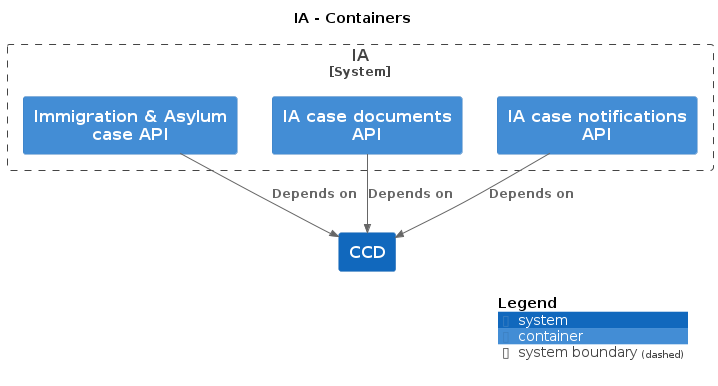
hmcts/cnp-api-docs keeps this PlantUML diagram as docs/c4/ia/images/structurizr-ia-overview.png. Above is the earlier version.
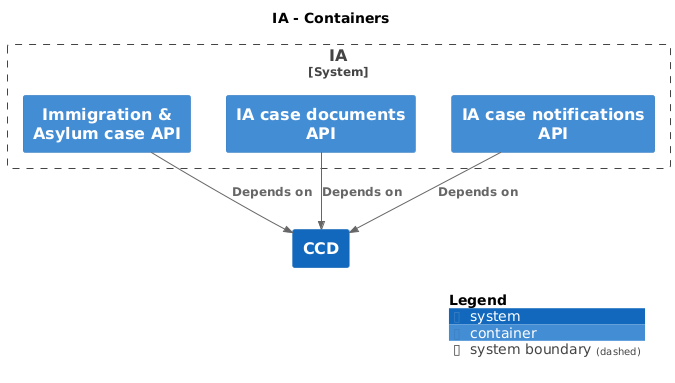
After the commit.

Change to the diagram source:
```diff
@@ -16,9 +16,9 @@
   Container(IA.IAcasenotificationsAPI, "IA case notifications API", $techn="", $descr="", $tags="", $link="")
 }
 
-Rel_D(IA.ImmigrationAsylumcaseAPI, CCD, "Depends on", $techn="", $tags="", $link="")
-Rel_D(IA.IAcasedocumentsAPI, CCD, "Depends on", $techn="", $tags="", $link="")
-Rel_D(IA.IAcasenotificationsAPI, CCD, "Depends on", $techn="", $tags="", $link="")
+Rel(IA.ImmigrationAsylumcaseAPI, CCD, "Depends on", $techn="", $tags="", $link="")
+Rel(IA.IAcasedocumentsAPI, CCD, "Depends on", $techn="", $tags="", $link="")
+Rel(IA.IAcasenotificationsAPI, CCD, "Depends on", $techn="", $tags="", $link="")
 
 SHOW_DYNAMIC_LEGEND()
 @enduml
```
